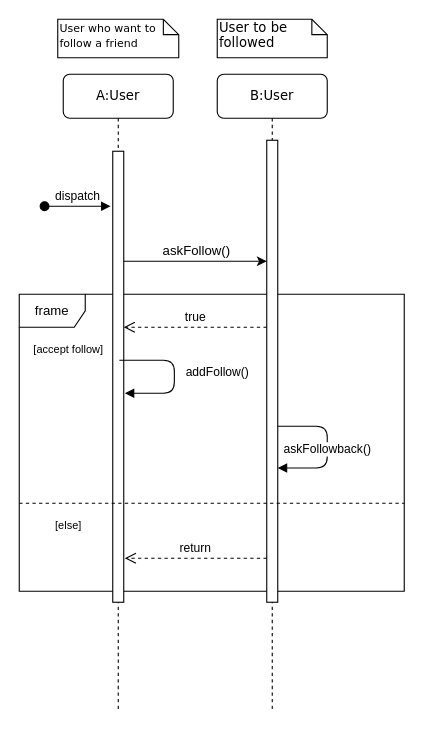
Before: Diagrammes/SequenceDiagrams/follow.drawio in NNepper/LSINF1225-2020-GroupeL1.1-WishList, a draw.io diagram. Source tidied: cells renumbered, new cells numbered last; positions are measured from the earlier drawing's top-left corner, leaving out a move shared by most shapes. Both pictures are drawn from the tidied source at 110%, with x=0, y=0 at pixel (19, 19).
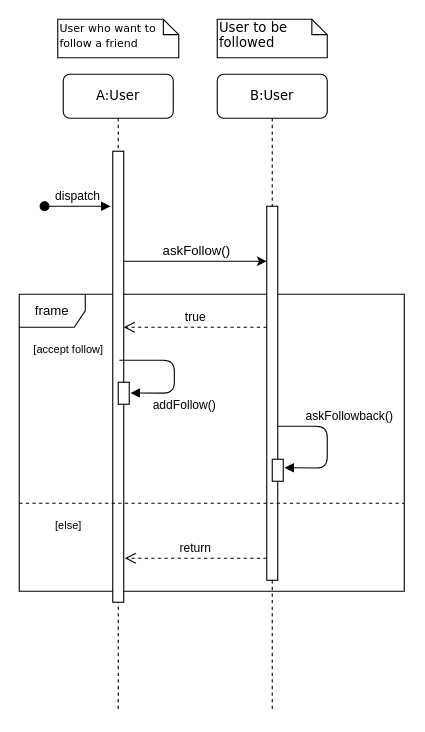
After the change.

Commit message (it also covers changes not shown here):
Correction de quelques notations

The change refers to these unchanged cells:
```xml
<mxCell id="3" value="B:User" style="shape=umlLifeline;perimeter=lifelinePerimeter;whiteSpace=wrap;html=1;rounded=1;shadow=0;comic=0;labelBackgroundColor=none;strokeWidth=1;fontFamily=Verdana;fontSize=12;align=center;" parent="1" vertex="1">
  <mxGeometry x="180" y="50" width="100" height="580" as="geometry" />
</mxCell>
```

Change to the diagram source:
```diff
@@
     <mxCell id="4" style="html=1;perimeter=orthogonalPerimeter;rounded=0;shadow=0;comic=0;labelBackgroundColor=none;strokeWidth=1;fontFamily=Verdana;fontSize=12;align=center;" parent="3" vertex="1">
-      <mxGeometry x="45" y="60" width="10" height="420" as="geometry" />
+      <mxGeometry x="45" y="120" width="10" height="340" as="geometry" />
     </mxCell>
-    <mxCell id="5" value="askFollowback()" style="html=1;verticalAlign=bottom;endArrow=block;" parent="3" edge="1">
-      <mxGeometry x="0.17" relative="1" as="geometry">
+    <mxCell id="5" value="askFollowback()" style="html=1;verticalAlign=bottom;endArrow=block;entryX=1.113;entryY=0.383;entryDx=0;entryDy=0;entryPerimeter=0;" parent="3" edge="1" target="20">
+      <mxGeometry x="-0.26" y="20" relative="1" as="geometry">
         <mxPoint x="55" y="320" as="sourcePoint" />
-        <mxPoint x="55" y="358" as="targetPoint" />
         <Array as="points">
           <mxPoint x="100" y="320" />
           <mxPoint x="100" y="358" />
         </Array>
       </mxGeometry>
     </mxCell>
@@
-    <mxCell id="16" value="addFollow()" style="html=1;verticalAlign=bottom;endArrow=block;" parent="1" edge="1">
-      <mxGeometry x="0.28" y="-40" relative="1" as="geometry">
+    <mxCell id="16" value="addFollow()" style="html=1;verticalAlign=bottom;endArrow=block;entryX=1.113;entryY=0.483;entryDx=0;entryDy=0;entryPerimeter=0;" parent="1" edge="1" target="19">
+      <mxGeometry x="0.33" y="22" relative="1" as="geometry">
         <mxPoint x="91" y="310" as="sourcePoint" />
-        <mxPoint x="96" y="340" as="targetPoint" />
         <Array as="points">
           <mxPoint x="141" y="310" />
           <mxPoint x="141" y="340" />
         </Array>
-        <mxPoint x="39" y="30" as="offset" />
+        <mxPoint x="9" y="-2" as="offset" />
       </mxGeometry>
     </mxCell>
@@
+    <mxCell id="19" style="html=1;points=[];perimeter=orthogonalPerimeter;rounded=0;shadow=0;comic=0;labelBackgroundColor=none;strokeWidth=1;fontFamily=Verdana;fontSize=12;align=center;" parent="1" vertex="1">
+      <mxGeometry x="90" y="330" width="10" height="20" as="geometry" />
+    </mxCell>
+    <mxCell id="20" style="html=1;points=[];perimeter=orthogonalPerimeter;rounded=0;shadow=0;comic=0;labelBackgroundColor=none;strokeWidth=1;fontFamily=Verdana;fontSize=12;align=center;" parent="1" vertex="1">
+      <mxGeometry x="230" y="400" width="10" height="20" as="geometry" />
+    </mxCell>
```
